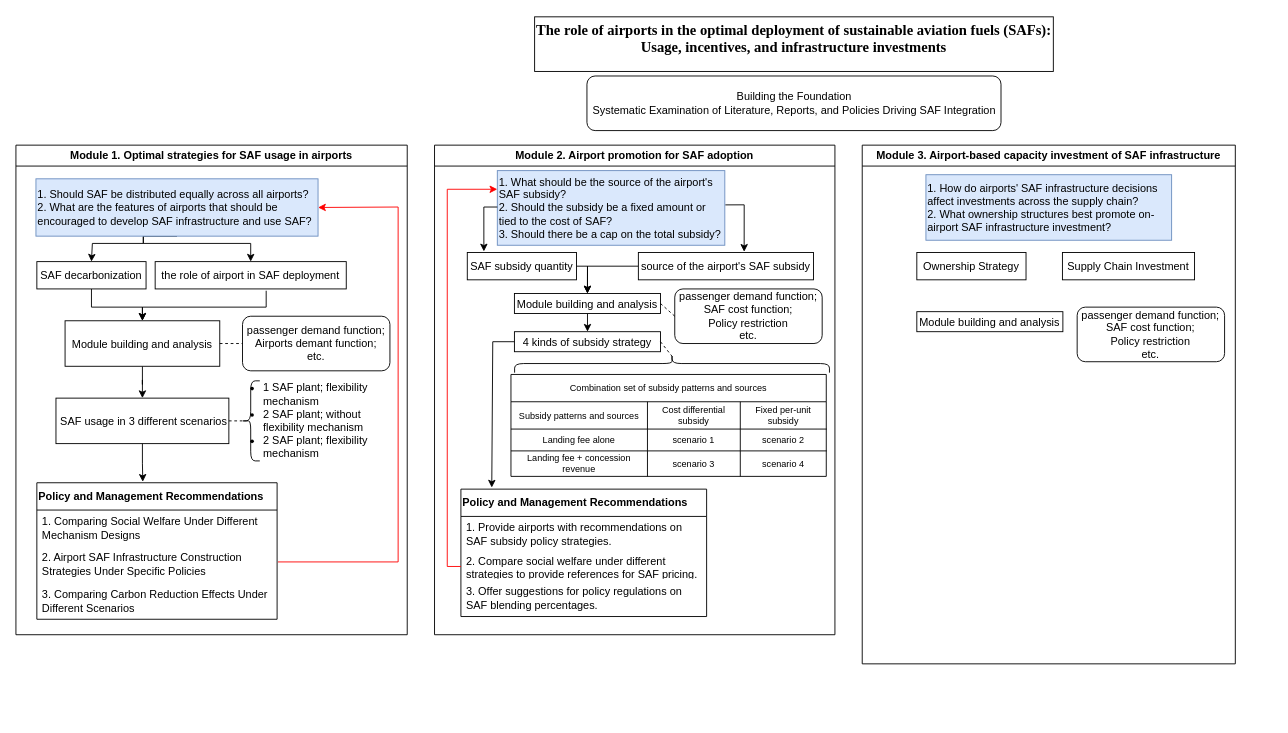
Before: 技术路线图.drawio in HengfeiMa95/paper-reading, a draw.io diagram. Source tidied: cells renumbered, new cells numbered last; positions are measured from the earlier drawing's top-left corner, leaving out a move shared by most shapes. Both pictures are drawn from the tidied source at 91%, with x=0, y=0 at pixel (15, 16).
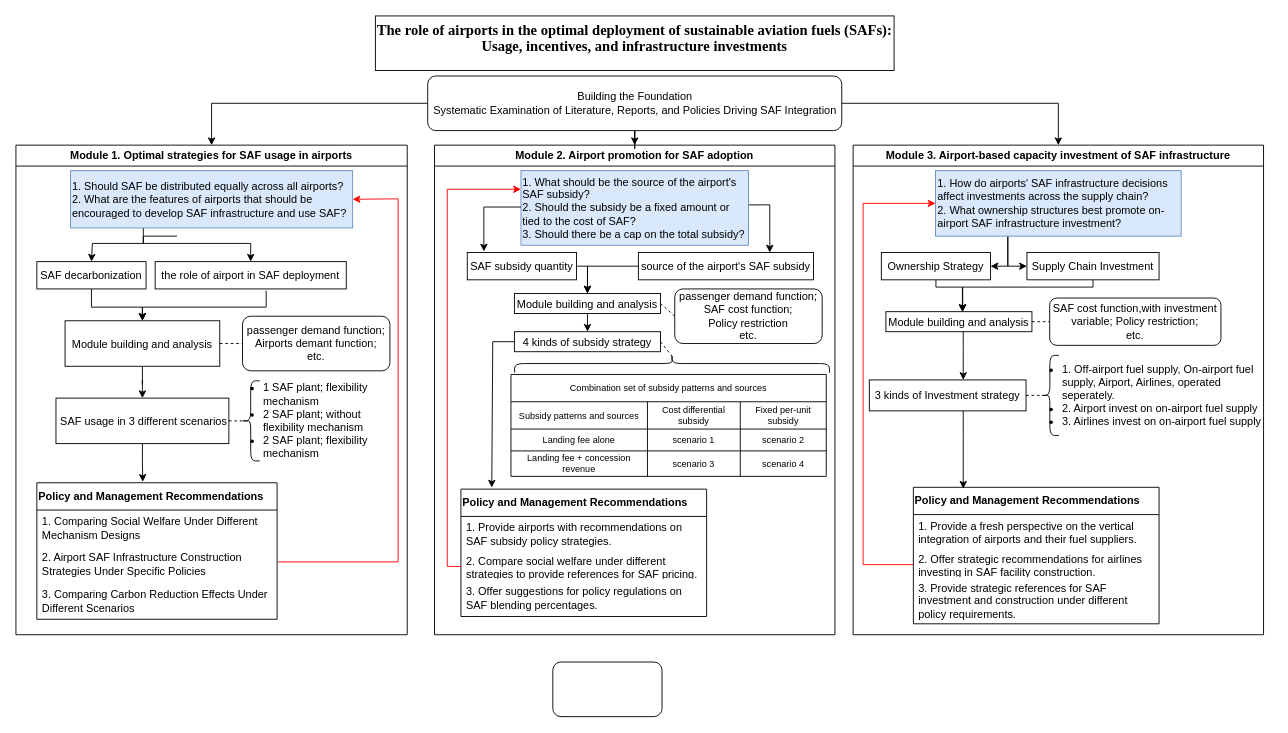
Above is the later version.

Commit message:
Update 技术路线图.drawio

The change refers to these unchanged cells:
```xml
<mxCell id="2" value="Module 1. Optimal strategies for SAF usage in airports" style="swimlane;whiteSpace=wrap;" parent="1" vertex="1">
  <mxGeometry y="141" width="430" height="538" as="geometry" />
</mxCell>
<mxCell id="24" value="Module 2. Airport promotion for SAF adoption" style="swimlane;whiteSpace=wrap;" parent="1" vertex="1">
  <mxGeometry x="460" y="141" width="440" height="538" as="geometry" />
</mxCell>
<mxCell id="28" value="source of the airport's SAF subsidy" parent="24" vertex="1">
  <mxGeometry x="224" y="118" width="192.5" height="30" as="geometry" />
</mxCell>
```

Diff of the diagram source:
```diff
@@
     <mxCell id="21" value="1. Should SAF be distributed equally across all airports?&amp;nbsp;&lt;div&gt;&lt;span style=&quot;background-color: initial;&quot;&gt;2. What are the features of airports that should be encouraged to develop SAF infrastructure and use SAF?&lt;/span&gt;&lt;br&gt;&lt;/div&gt;" style="text;strokeColor=#6c8ebf;fillColor=#dae8fc;html=1;whiteSpace=wrap;verticalAlign=middle;overflow=hidden;" parent="2" vertex="1">
-      <mxGeometry x="22" y="37" width="310" height="63" as="geometry" />
+      <mxGeometry x="60" y="28" width="310" height="63" as="geometry" />
     </mxCell>
     <mxCell id="22" style="endArrow=classic;html=1;rounded=0;fontFamily=Helvetica;fontSize=12;fontColor=default;entryX=1;entryY=0.5;entryDx=0;entryDy=0;strokeColor=#FF0000;" parent="2" edge="1" target="21">
       <mxGeometry relative="1" as="geometry">
         <mxPoint x="288" y="458" as="sourcePoint" />
         <Array as="points">
           <mxPoint x="420" y="458" />
           <mxPoint x="420" y="268" />
-          <mxPoint x="420" y="68" />
+          <mxPoint x="420" y="59" />
         </Array>
       </mxGeometry>
     </mxCell>
@@
-    <mxCell id="29" style="edgeStyle=orthogonalEdgeStyle;rounded=0;jettySize=auto;html=1;entryX=0.604;entryY=-0.027;entryDx=0;entryDy=0;fontFamily=Helvetica;fontSize=12;fontColor=default;exitX=1.002;exitY=0.459;exitDx=0;exitDy=0;exitPerimeter=0;entryPerimeter=0;" parent="24" edge="1" source="30" target="28">
+    <mxCell id="29" style="edgeStyle=orthogonalEdgeStyle;rounded=0;jettySize=auto;html=1;entryX=0.75;entryY=0;entryDx=0;entryDy=0;fontFamily=Helvetica;fontSize=12;fontColor=default;exitX=1.002;exitY=0.459;exitDx=0;exitDy=0;exitPerimeter=0;" parent="24" edge="1" source="30" target="28">
       <mxGeometry relative="1" as="geometry" />
     </mxCell>
     <mxCell id="30" value="1. What should be the source of the airport's SAF subsidy?&amp;nbsp;&lt;div&gt;2. Should the subsidy be a fixed amount or tied to the cost of SAF?&amp;nbsp;&lt;/div&gt;&lt;div&gt;3. Should there be a cap on the total subsidy?&lt;/div&gt;" style="text;strokeColor=#6c8ebf;fillColor=#dae8fc;html=1;whiteSpace=wrap;verticalAlign=middle;overflow=hidden;" parent="24" vertex="1">
-      <mxGeometry x="69" y="28" width="250" height="82" as="geometry" />
+      <mxGeometry x="95" y="28" width="250" height="82" as="geometry" />
     </mxCell>
@@
     <mxCell id="58" value="Module 3. Airport-based capacity investment of SAF infrastructure" style="swimlane;whiteSpace=wrap;" parent="1" vertex="1">
-      <mxGeometry x="930" y="141" width="410" height="570" as="geometry" />
+      <mxGeometry x="920" y="141" width="451" height="538" as="geometry" />
     </mxCell>
+    <mxCell id="66" style="edgeStyle=orthogonalEdgeStyle;rounded=0;jettySize=auto;html=1;entryX=1;entryY=0.5;entryDx=0;entryDy=0;fontFamily=Helvetica;fontSize=12;fontColor=default;" parent="58" edge="1" source="59" target="60">
+      <mxGeometry relative="1" as="geometry">
+        <Array as="points">
+          <mxPoint x="170" y="133" />
+        </Array>
+      </mxGeometry>
+    </mxCell>
+    <mxCell id="67" style="edgeStyle=orthogonalEdgeStyle;rounded=0;jettySize=auto;html=1;entryX=0;entryY=0.5;entryDx=0;entryDy=0;fontFamily=Helvetica;fontSize=12;fontColor=default;" parent="58" edge="1" source="59" target="61">
+      <mxGeometry relative="1" as="geometry">
+        <Array as="points">
+          <mxPoint x="170" y="133" />
+        </Array>
+      </mxGeometry>
+    </mxCell>
     <mxCell id="59" value="&lt;div&gt;1. How do airports' SAF infrastructure decisions affect investments across the supply chain?&lt;/div&gt;&lt;div&gt;2. What ownership structures best promote on-airport SAF infrastructure investment?&lt;/div&gt;" style="text;strokeColor=#6c8ebf;fillColor=#dae8fc;html=1;whiteSpace=wrap;verticalAlign=middle;overflow=hidden;" parent="58" vertex="1">
-      <mxGeometry x="70" y="32.5" width="270" height="72" as="geometry" />
+      <mxGeometry x="90.5" y="28" width="270" height="72" as="geometry" />
     </mxCell>
+    <mxCell id="68" style="edgeStyle=orthogonalEdgeStyle;rounded=0;jettySize=auto;html=1;entryX=0.524;entryY=0.023;entryDx=0;entryDy=0;fontFamily=Helvetica;fontSize=12;fontColor=default;entryPerimeter=0;" parent="58" edge="1" source="60" target="62">
+      <mxGeometry relative="1" as="geometry">
+        <Array as="points">
+          <mxPoint x="91" y="156" />
+          <mxPoint x="121" y="156" />
+          <mxPoint x="121" y="184" />
+        </Array>
+      </mxGeometry>
+    </mxCell>
     <mxCell id="60" value="Ownership Strategy" parent="58" vertex="1">
-      <mxGeometry x="60" y="118" width="120" height="30" as="geometry" />
+      <mxGeometry x="31" y="118" width="120" height="30" as="geometry" />
     </mxCell>
+    <mxCell id="69" style="edgeStyle=orthogonalEdgeStyle;rounded=0;jettySize=auto;html=1;entryX=0.526;entryY=0.008;entryDx=0;entryDy=0;fontFamily=Helvetica;fontSize=12;fontColor=default;entryPerimeter=0;" parent="58" edge="1" source="61" target="62">
+      <mxGeometry relative="1" as="geometry">
+        <Array as="points">
+          <mxPoint x="264" y="156" />
+          <mxPoint x="121" y="156" />
+          <mxPoint x="121" y="183" />
+        </Array>
+      </mxGeometry>
+    </mxCell>
     <mxCell id="61" value="Supply Chain Investment" parent="58" vertex="1">
-      <mxGeometry x="220" y="118" width="145.2" height="30" as="geometry" />
+      <mxGeometry x="191" y="118" width="145.2" height="30" as="geometry" />
     </mxCell>
+    <mxCell id="70" style="edgeStyle=orthogonalEdgeStyle;rounded=0;jettySize=auto;html=1;fontFamily=Helvetica;fontSize=12;fontColor=default;" parent="58" edge="1" source="62" target="72">
+      <mxGeometry relative="1" as="geometry">
+        <Array as="points">
+          <mxPoint x="121" y="226" />
+          <mxPoint x="121" y="226" />
+        </Array>
+      </mxGeometry>
+    </mxCell>
     <mxCell id="62" value="Module building and analysis" parent="58" vertex="1">
-      <mxGeometry x="60" y="183" width="160.5" height="22" as="geometry" />
+      <mxGeometry x="36" y="183" width="160.5" height="22" as="geometry" />
     </mxCell>
-    <mxCell id="63" value="passenger demand function;&lt;div&gt;SAF cost function;&lt;/div&gt;&lt;div&gt;Policy restriction&lt;/div&gt;&lt;div&gt;etc.&lt;/div&gt;" style="rounded=1;whiteSpace=wrap;html=1;" parent="58" vertex="1">
-      <mxGeometry x="236.2" y="178" width="162" height="60" as="geometry" />
+    <mxCell id="63" value="SAF cost function,with investment variable; Policy restriction;&lt;br&gt;etc." style="rounded=1;whiteSpace=wrap;html=1;" parent="58" vertex="1">
+      <mxGeometry x="216" y="168" width="188.2" height="52" as="geometry" />
     </mxCell>
+    <mxCell id="71" style="edgeStyle=orthogonalEdgeStyle;rounded=0;jettySize=auto;html=1;fontFamily=Helvetica;fontSize=12;fontColor=default;entryX=0.203;entryY=0.01;entryDx=0;entryDy=0;entryPerimeter=0;" parent="58" edge="1" source="72" target="76">
+      <mxGeometry relative="1" as="geometry">
+        <Array as="points">
+          <mxPoint x="121" y="316" />
+          <mxPoint x="121" y="316" />
+        </Array>
+      </mxGeometry>
+    </mxCell>
+    <mxCell id="72" value="3 kinds of Investment strategy" parent="58" vertex="1">
+      <mxGeometry x="17.8" y="258" width="172.2" height="34" as="geometry" />
+    </mxCell>
+    <mxCell id="73" style="shape=curlyBracket;whiteSpace=wrap;html=1;rounded=1;labelPosition=left;verticalLabelPosition=middle;align=right;verticalAlign=middle;size=0.5;rotation=0;" parent="58" vertex="1">
+      <mxGeometry x="206.2" y="231" width="20" height="88" as="geometry" />
+    </mxCell>
+    <mxCell id="74" value="&lt;ul&gt;&lt;li&gt;1. Off-airport fuel supply, On-airport fuel supply, Airport, Airlines, operated seperately.&lt;/li&gt;&lt;li&gt;2. Airport invest on on-airport fuel supply&lt;br&gt;&lt;/li&gt;&lt;li&gt;3. Airlines invest on on-airport fuel supply&amp;nbsp;&lt;/li&gt;&lt;/ul&gt;" style="text;strokeColor=none;fillColor=none;html=1;whiteSpace=wrap;verticalAlign=middle;overflow=hidden;" parent="58" vertex="1">
+      <mxGeometry x="188.2" y="214" width="271.8" height="122" as="geometry" />
+    </mxCell>
+    <mxCell id="75" style="endArrow=none;dashed=1;html=1;rounded=0;fontFamily=Helvetica;fontSize=12;fontColor=default;entryX=0.1;entryY=0.5;entryDx=0;entryDy=0;entryPerimeter=0;exitX=1;exitY=0.5;exitDx=0;exitDy=0;" parent="58" edge="1" source="72" target="73">
+      <mxGeometry relative="1" as="geometry" />
+    </mxCell>
+    <mxCell id="76" value="&lt;span style=&quot;font-weight: 700; text-align: -webkit-center;&quot;&gt;Policy and Management Recommendations&lt;/span&gt;" style="swimlane;fontStyle=0;horizontal=1;startSize=30;whiteSpace=wrap;html=1;align=left;verticalAlign=middle;fontFamily=Helvetica;fontSize=12;fontColor=default;fillColor=none;gradientColor=none;" parent="58" vertex="1">
+      <mxGeometry x="66.2" y="376" width="270" height="150" as="geometry" />
+    </mxCell>
+    <mxCell id="77" value="1. Provide a fresh perspective on the vertical integration of airports and their fuel suppliers." style="text;strokeColor=none;fillColor=none;align=left;verticalAlign=middle;spacingLeft=4;spacingRight=4;overflow=hidden;whiteSpace=wrap;html=1;fontFamily=Helvetica;fontSize=12;fontColor=default;" parent="76" vertex="1">
+      <mxGeometry y="30" width="270" height="40" as="geometry" />
+    </mxCell>
+    <mxCell id="78" value="2. Offer strategic recommendations for airlines investing in SAF facility construction." style="text;strokeColor=none;fillColor=none;align=left;verticalAlign=middle;spacingLeft=4;spacingRight=4;overflow=hidden;points=[[0,0.5],[1,0.5]];portConstraint=eastwest;whiteSpace=wrap;html=1;fontFamily=Helvetica;fontSize=12;fontColor=default;" parent="76" vertex="1">
+      <mxGeometry y="70" width="270" height="30" as="geometry" />
+    </mxCell>
+    <mxCell id="79" value="3. Provide strategic references for SAF investment and construction under different policy requirements." style="text;strokeColor=none;fillColor=none;align=left;verticalAlign=middle;spacingLeft=4;spacingRight=4;overflow=hidden;whiteSpace=wrap;html=1;fontFamily=Helvetica;fontSize=12;fontColor=default;" parent="76" vertex="1">
+      <mxGeometry y="100" width="270" height="50" as="geometry" />
+    </mxCell>
+    <mxCell id="80" style="endArrow=none;dashed=1;html=1;rounded=0;fontFamily=Helvetica;fontSize=12;fontColor=default;entryX=0;entryY=0.5;entryDx=0;entryDy=0;exitX=1;exitY=0.5;exitDx=0;exitDy=0;" parent="58" edge="1" source="62" target="63">
+      <mxGeometry relative="1" as="geometry" />
+    </mxCell>
+    <mxCell id="81" style="endArrow=classic;html=1;rounded=0;fontFamily=Helvetica;fontSize=12;fontColor=default;exitX=0;exitY=0.5;exitDx=0;exitDy=0;entryX=0;entryY=0.5;entryDx=0;entryDy=0;strokeColor=#FF0000;" parent="58" edge="1" source="78" target="59">
+      <mxGeometry relative="1" as="geometry">
+        <Array as="points">
+          <mxPoint x="11" y="461" />
+          <mxPoint x="11" y="64" />
+        </Array>
+      </mxGeometry>
+    </mxCell>
     <mxCell id="64" value="&lt;p class=&quot;MsoNormal&quot; style=&quot;margin: 0cm 0cm 8pt; line-height: normal; font-size: 11pt; font-family: DengXian;&quot;&gt;&lt;b&gt;&lt;span lang=&quot;EN-US&quot; style=&quot;font-size: 12pt; font-family: &amp;quot;Times New Roman&amp;quot;, serif;&quot;&gt;The role of airports in the optimal deployment of sustainable aviation fuels (SAFs): Usage, incentives, and infrastructure investments&lt;/span&gt;&lt;/b&gt;&lt;/p&gt;" style="rounded=0;whiteSpace=wrap;html=1;align=center;verticalAlign=top;" parent="1" vertex="1">
-      <mxGeometry x="570" width="570" height="60" as="geometry" />
+      <mxGeometry x="395" y="-1" width="570" height="60" as="geometry" />
     </mxCell>
+    <mxCell id="82" style="edgeStyle=orthogonalEdgeStyle;rounded=0;jettySize=auto;html=1;entryX=0.5;entryY=0;entryDx=0;entryDy=0;fontFamily=Helvetica;fontSize=12;fontColor=default;" parent="1" edge="1" source="65" target="2">
+      <mxGeometry relative="1" as="geometry" />
+    </mxCell>
+    <mxCell id="83" style="edgeStyle=orthogonalEdgeStyle;rounded=0;jettySize=auto;html=1;entryX=0.5;entryY=0;entryDx=0;entryDy=0;fontFamily=Helvetica;fontSize=12;fontColor=default;" parent="1" edge="1" source="65" target="58">
+      <mxGeometry relative="1" as="geometry" />
+    </mxCell>
+    <mxCell id="84" style="edgeStyle=orthogonalEdgeStyle;rounded=0;jettySize=auto;html=1;entryX=0.5;entryY=0;entryDx=0;entryDy=0;fontFamily=Helvetica;fontSize=12;fontColor=default;" parent="1" edge="1" source="65" target="24">
+      <mxGeometry relative="1" as="geometry" />
+    </mxCell>
     <mxCell id="65" value="Building the Foundation&lt;div&gt;Systematic Examination of Literature, Reports, and Policies Driving SAF Integration&lt;/div&gt;" style="rounded=1;whiteSpace=wrap;html=1;" parent="1" vertex="1">
-      <mxGeometry x="627.5" y="65" width="455" height="60" as="geometry" />
+      <mxGeometry x="452.5" y="65" width="455" height="60" as="geometry" />
     </mxCell>
+    <mxCell id="85" style="rounded=1;whiteSpace=wrap;html=1;align=left;verticalAlign=middle;fontFamily=Helvetica;fontSize=12;fontColor=default;fillColor=none;gradientColor=none;" parent="1" vertex="1">
+      <mxGeometry x="590" y="709" width="120" height="60" as="geometry" />
+    </mxCell>
```
